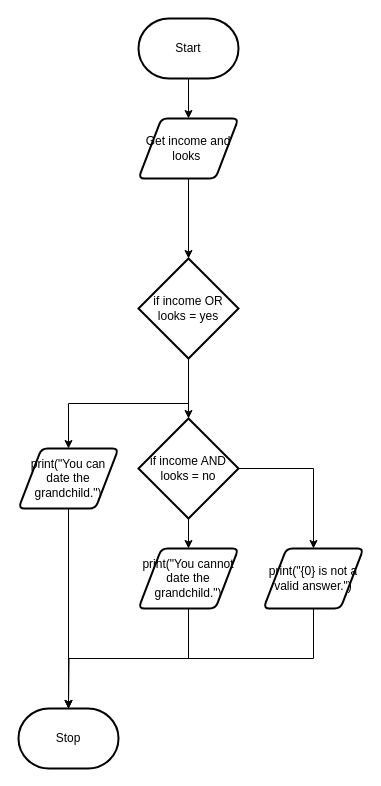
Earlier version of the draw.io diagram flowchart.drawio (Ethan-Gravelle/ICS3U-Unit3-07-Python-Grandmother). Source tidied: cells renumbered, new cells numbered last; positions are measured from the earlier drawing's top-left corner, leaving out a move shared by most shapes. Both pictures are drawn from the tidied source at 100%, with x=0, y=0 at pixel (18, 18).
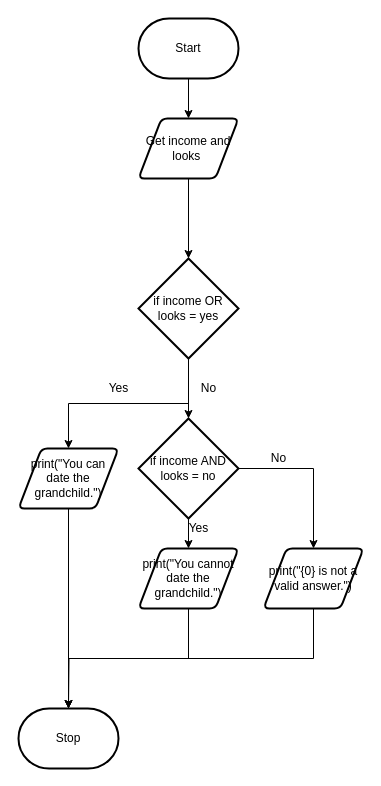
The same page after the edit.

Diff of the diagram source:
```diff
@@
+    <mxCell id="19" value="Yes" style="text;html=1;align=center;verticalAlign=middle;strokeColor=none;" parent="1" vertex="1">
+      <mxGeometry x="80" y="360" width="40" height="20" as="geometry" />
+    </mxCell>
+    <mxCell id="20" value="No" style="text;html=1;align=center;verticalAlign=middle;strokeColor=none;" parent="1" vertex="1">
+      <mxGeometry x="175" y="360" width="30" height="20" as="geometry" />
+    </mxCell>
+    <mxCell id="21" value="Yes" style="text;html=1;align=center;verticalAlign=middle;strokeColor=none;" parent="1" vertex="1">
+      <mxGeometry x="160" y="500" width="40" height="20" as="geometry" />
+    </mxCell>
+    <mxCell id="22" value="No" style="text;html=1;align=center;verticalAlign=middle;strokeColor=none;" parent="1" vertex="1">
+      <mxGeometry x="245" y="430" width="30" height="20" as="geometry" />
+    </mxCell>
```
